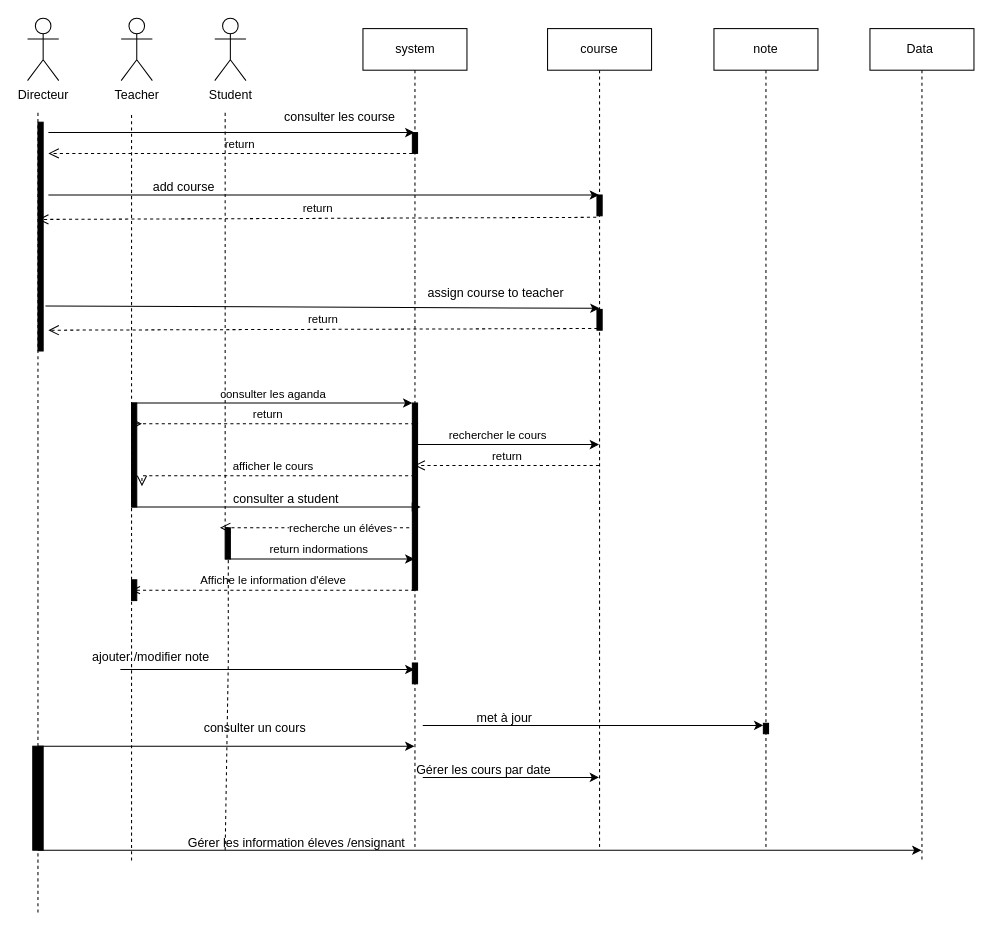
Before: diagramme(s) de séquences (de certains cas d'utilisation).drawio in johandeschamps/gestion_ecole, a draw.io diagram. Source tidied: cells renumbered, new cells numbered last; positions are measured from the earlier drawing's top-left corner, leaving out a move shared by most shapes. Both pictures are drawn from the tidied source at 104%, with x=0, y=0 at pixel (27, 18).
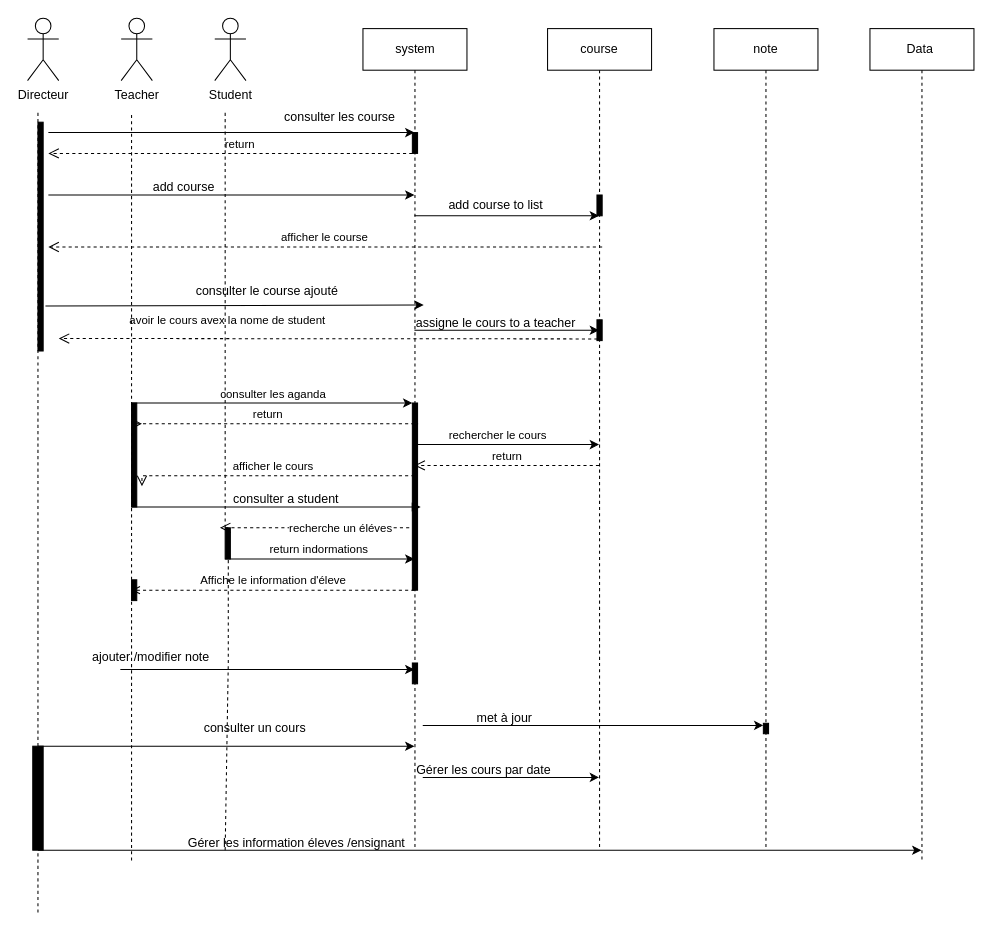
Above is the later version.

Commit message:
Mettre à jour diagramme(s) de séquences (de certains cas d'utilisation).drawio

Unchanged cells that the change refers to:
```xml
<mxCell id="3" value="course" style="shape=umlLifeline;perimeter=lifelinePerimeter;whiteSpace=wrap;html=1;outlineConnect=0;portConstraint=eastwest;newEdgeStyle={&quot;edgeStyle&quot;:&quot;elbowEdgeStyle&quot;,&quot;elbow&quot;:&quot;vertical&quot;,&quot;curved&quot;:0,&quot;rounded&quot;:0};" parent="1" vertex="1">
  <mxGeometry x="500" y="10" width="100" height="790" as="geometry" />
</mxCell>
<mxCell id="5" style="html=1;points=[];perimeter=orthogonalPerimeter;fillColor=strokeColor;" parent="1" vertex="1">
  <mxGeometry x="10" y="100" width="5" height="220" as="geometry" />
</mxCell>
<mxCell id="9" style="html=1;points=[];perimeter=orthogonalPerimeter;fillColor=strokeColor;align=left;verticalAlign=top;spacingLeft=10;" parent="1" vertex="1">
  <mxGeometry x="547.5" y="170" width="5" height="20" as="geometry" />
</mxCell>
<mxCell id="21" value="system" style="shape=umlLifeline;perimeter=lifelinePerimeter;whiteSpace=wrap;html=1;outlineConnect=0;portConstraint=eastwest;newEdgeStyle={&quot;edgeStyle&quot;:&quot;elbowEdgeStyle&quot;,&quot;elbow&quot;:&quot;vertical&quot;,&quot;curved&quot;:0,&quot;rounded&quot;:0};" parent="1" vertex="1">
  <mxGeometry x="322.5" y="10" width="100" height="790" as="geometry" />
</mxCell>
```

What changed in the source:
```diff
@@
-    <mxCell id="7" style="endArrow=classic;html=1;rounded=0;" parent="1" edge="1" target="3">
+    <mxCell id="7" style="endArrow=classic;html=1;rounded=0;" parent="1" edge="1" target="21">
       <mxGeometry relative="1" as="geometry">
         <mxPoint x="20" y="170" as="sourcePoint" />
         <Array as="points">
           <mxPoint x="160" y="170" />
         </Array>
       </mxGeometry>
     </mxCell>
@@
-    <mxCell id="11" value="return" style="endArrow=open;startArrow=none;endFill=0;startFill=0;endSize=8;html=1;verticalAlign=bottom;dashed=1;labelBackgroundColor=none;rounded=0;exitX=-0.14;exitY=1.073;exitDx=0;exitDy=0;exitPerimeter=0;entryX=0;entryY=0.425;entryDx=0;entryDy=0;entryPerimeter=0;" parent="1" edge="1" source="9" target="5">
-      <mxGeometry relative="1" as="geometry" />
+    <mxCell id="11" value="afficher le course&amp;nbsp;" style="endArrow=open;startArrow=none;endFill=0;startFill=0;endSize=8;html=1;verticalAlign=bottom;dashed=1;labelBackgroundColor=none;rounded=0;" parent="1" edge="1">
+      <mxGeometry relative="1" as="geometry">
+        <mxPoint x="552.5" y="220" as="sourcePoint" />
+        <mxPoint x="20" y="220" as="targetPoint" />
+        <Array as="points">
+          <mxPoint x="283" y="220" />
+        </Array>
+      </mxGeometry>
     </mxCell>
@@
-    <mxCell id="13" style="endArrow=classic;html=1;rounded=0;exitX=1.44;exitY=0.803;exitDx=0;exitDy=0;exitPerimeter=0;entryX=0.5;entryY=-0.05;entryDx=0;entryDy=0;entryPerimeter=0;" parent="1" edge="1" source="5" target="15">
-      <mxGeometry relative="1" as="geometry" />
+    <mxCell id="13" style="endArrow=classic;html=1;rounded=0;exitX=1.44;exitY=0.803;exitDx=0;exitDy=0;exitPerimeter=0;entryX=0.039;entryY=0.927;entryDx=0;entryDy=0;entryPerimeter=0;" parent="1" edge="1" source="5">
+      <mxGeometry relative="1" as="geometry">
+        <mxPoint x="380.9" y="275.8" as="targetPoint" />
+      </mxGeometry>
     </mxCell>
-    <mxCell id="14" value="assign course to teacher" style="text;html=1;align=center;verticalAlign=middle;strokeColor=none;fillColor=none;" parent="1" vertex="1">
-      <mxGeometry x="375" y="250" width="150" height="30" as="geometry" />
-    </mxCell>
     <mxCell id="15" style="html=1;points=[];perimeter=orthogonalPerimeter;fillColor=strokeColor;" parent="1" vertex="1">
-      <mxGeometry x="547.5" y="280" width="5" height="20" as="geometry" />
+      <mxGeometry x="547.5" y="290" width="5" height="20" as="geometry" />
     </mxCell>
-    <mxCell id="16" value="return" style="endArrow=open;startArrow=none;endFill=0;startFill=0;endSize=8;html=1;verticalAlign=bottom;dashed=1;labelBackgroundColor=none;rounded=0;exitX=0.1;exitY=0.919;exitDx=0;exitDy=0;exitPerimeter=0;" parent="1" edge="1" source="15">
-      <mxGeometry relative="1" as="geometry">
-        <mxPoint x="20" y="300" as="targetPoint" />
+    <mxCell id="16" value="avoir le cours avex la nome de student" style="endArrow=open;startArrow=none;endFill=0;startFill=0;endSize=8;html=1;verticalAlign=bottom;dashed=1;labelBackgroundColor=none;rounded=0;exitX=0.1;exitY=0.919;exitDx=0;exitDy=0;exitPerimeter=0;" parent="1" edge="1" source="15">
+      <mxGeometry x="0.38" y="-8" relative="1" as="geometry">
+        <mxPoint x="30" y="308" as="targetPoint" />
+        <mxPoint x="1" as="offset" />
       </mxGeometry>
     </mxCell>
@@
+    <mxCell id="61" style="endArrow=classic;html=1;rounded=0;" parent="1" edge="1" source="21" target="3">
+      <mxGeometry relative="1" as="geometry">
+        <Array as="points">
+          <mxPoint x="460" y="190" />
+        </Array>
+      </mxGeometry>
+    </mxCell>
+    <mxCell id="62" value="add course to list" style="text;html=1;align=center;verticalAlign=middle;strokeColor=none;fillColor=none;" parent="1" vertex="1">
+      <mxGeometry x="395" y="165" width="110" height="30" as="geometry" />
+    </mxCell>
+    <mxCell id="63" value="consulter le course ajouté" style="text;html=1;align=center;verticalAlign=middle;strokeColor=none;fillColor=none;" parent="1" vertex="1">
+      <mxGeometry x="150" y="248" width="160" height="30" as="geometry" />
+    </mxCell>
+    <mxCell id="64" style="endArrow=classic;html=1;rounded=0;" parent="1" edge="1" source="21" target="3">
+      <mxGeometry relative="1" as="geometry">
+        <Array as="points">
+          <mxPoint x="450" y="300" />
+        </Array>
+      </mxGeometry>
+    </mxCell>
+    <mxCell id="65" value="assigne le cours to a teacher" style="text;html=1;align=center;verticalAlign=middle;strokeColor=none;fillColor=none;" parent="1" vertex="1">
+      <mxGeometry x="360" y="278" width="180" height="30" as="geometry" />
+    </mxCell>
```
